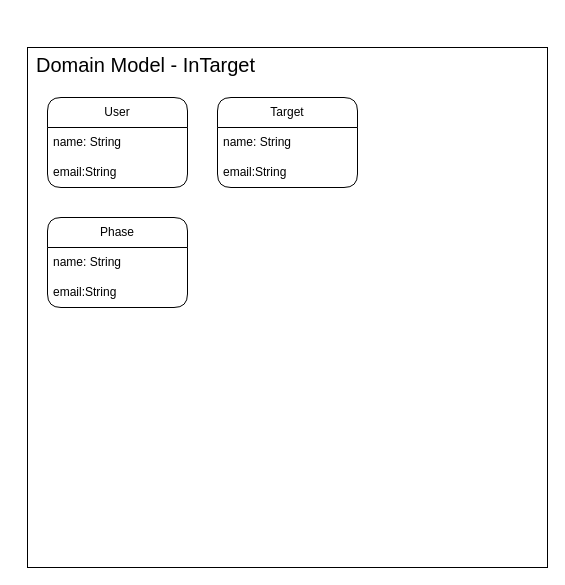
The draw.io diagram page "FlowChart & UseCase" (3 of 4) of docs/diagrams.drawio in Hosny-Mohammed/SalamHack2025-Motqan, before the edit. Source tidied: cells renumbered, new cells numbered last; positions are measured from the earlier drawing's top-left corner, leaving out a move shared by most shapes. Both pictures are drawn from the tidied source at 100%, with x=0, y=0 at pixel (27, 47).
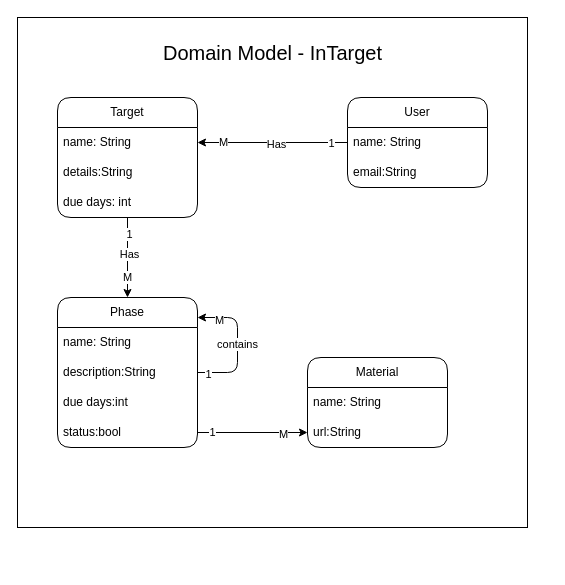
After the change.

Commit message (it also covers changes not shown here):
overview project context & domain model

Unchanged cells that the change refers to:
```xml
<mxCell id="8" value="name: String" style="text;strokeColor=none;fillColor=none;align=left;verticalAlign=middle;spacingLeft=4;spacingRight=4;overflow=hidden;points=[[0,0.5],[1,0.5]];portConstraint=eastwest;whiteSpace=wrap;html=1;rounded=1;" parent="7" vertex="1">
  <mxGeometry y="30" width="140" height="30" as="geometry" />
</mxCell>
```

Change to the diagram source:
```diff
@@
+    <mxCell id="13" style="group;" parent="1" vertex="1">
+      <mxGeometry x="-10" y="-30" width="510" height="510" as="geometry" />
+    </mxCell>
-    <mxCell id="2" style="whiteSpace=wrap;html=1;align=left;" parent="1" vertex="1">
-      <mxGeometry width="520" height="520" as="geometry" />
+    <mxCell id="2" style="whiteSpace=wrap;html=1;align=left;" parent="13" vertex="1">
+      <mxGeometry width="510" height="510" as="geometry" />
     </mxCell>
+    <mxCell id="6" value="Domain Model - InTarget" style="text;html=1;align=center;verticalAlign=middle;whiteSpace=wrap;rounded=0;fontSize=20;" parent="13" vertex="1">
+      <mxGeometry x="88.5" y="20" width="333" height="30" as="geometry" />
+    </mxCell>
+    <mxCell id="14" style="edgeStyle=none;html=1;entryX=1;entryY=0.5;entryDx=0;entryDy=0;" parent="1" edge="1" source="3" target="8">
+      <mxGeometry relative="1" as="geometry" />
+    </mxCell>
+    <mxCell id="15" value="M" style="edgeLabel;html=1;align=center;verticalAlign=middle;" parent="14" vertex="1">
+      <mxGeometry x="0.66" y="2" relative="1" as="geometry">
+        <mxPoint y="-3" as="offset" />
+      </mxGeometry>
+    </mxCell>
+    <mxCell id="16" value="1" style="edgeLabel;html=1;align=center;verticalAlign=middle;" parent="14" vertex="1">
+      <mxGeometry x="-0.77" relative="1" as="geometry" />
+    </mxCell>
+    <mxCell id="17" value="Has" style="edgeLabel;html=1;align=center;verticalAlign=middle;" parent="14" vertex="1">
+      <mxGeometry x="-0.04" y="1" relative="1" as="geometry" />
+    </mxCell>
     <mxCell id="3" value="User" style="swimlane;fontStyle=0;horizontal=1;startSize=30;whiteSpace=wrap;html=1;rounded=1;" parent="1" vertex="1">
-      <mxGeometry x="20" y="50" width="140" height="90" as="geometry" />
+      <mxGeometry x="320" y="50" width="140" height="90" as="geometry" />
     </mxCell>
@@
-    <mxCell id="6" value="Domain Model - InTarget" style="text;html=1;align=left;verticalAlign=middle;whiteSpace=wrap;rounded=0;fontSize=20;" parent="1" vertex="1">
-      <mxGeometry x="7" y="2" width="333" height="30" as="geometry" />
-    </mxCell>
+    <mxCell id="18" style="edgeStyle=none;html=1;" parent="1" edge="1" source="7" target="10">
+      <mxGeometry relative="1" as="geometry" />
+    </mxCell>
+    <mxCell id="19" value="1" style="edgeLabel;html=1;align=center;verticalAlign=middle;" parent="18" vertex="1">
+      <mxGeometry x="-0.61" y="1" relative="1" as="geometry" />
+    </mxCell>
+    <mxCell id="20" value="M" style="edgeLabel;html=1;align=center;verticalAlign=middle;" parent="18" vertex="1">
+      <mxGeometry x="0.48" y="-1" relative="1" as="geometry" />
+    </mxCell>
+    <mxCell id="21" value="Has" style="edgeLabel;html=1;align=center;verticalAlign=middle;" parent="18" vertex="1">
+      <mxGeometry x="-0.1" y="1" relative="1" as="geometry" />
+    </mxCell>
     <mxCell id="7" value="Target" style="swimlane;fontStyle=0;horizontal=1;startSize=30;whiteSpace=wrap;html=1;rounded=1;" parent="1" vertex="1">
-      <mxGeometry x="190" y="50" width="140" height="90" as="geometry" />
+      <mxGeometry x="30" y="50" width="140" height="120" as="geometry" />
     </mxCell>
@@
-    <mxCell id="9" value="email:String" style="text;strokeColor=none;fillColor=none;align=left;verticalAlign=middle;spacingLeft=4;spacingRight=4;overflow=hidden;whiteSpace=wrap;html=1;rounded=1;" parent="7" vertex="1">
+    <mxCell id="9" value="details:String" style="text;strokeColor=none;fillColor=none;align=left;verticalAlign=middle;spacingLeft=4;spacingRight=4;overflow=hidden;whiteSpace=wrap;html=1;rounded=1;" parent="7" vertex="1">
       <mxGeometry y="60" width="140" height="30" as="geometry" />
     </mxCell>
+    <mxCell id="22" value="due days: int" style="text;strokeColor=none;fillColor=none;align=left;verticalAlign=middle;spacingLeft=4;spacingRight=4;overflow=hidden;whiteSpace=wrap;html=1;rounded=1;" parent="7" vertex="1">
+      <mxGeometry y="90" width="140" height="30" as="geometry" />
+    </mxCell>
     <mxCell id="10" value="Phase" style="swimlane;fontStyle=0;horizontal=1;startSize=30;whiteSpace=wrap;html=1;rounded=1;" parent="1" vertex="1">
-      <mxGeometry x="20" y="170" width="140" height="90" as="geometry" />
+      <mxGeometry x="30" y="250" width="140" height="150" as="geometry" />
     </mxCell>
@@
+    <mxCell id="23" style="edgeStyle=orthogonalEdgeStyle;html=1;elbow=vertical;" parent="10" edge="1" source="12">
+      <mxGeometry relative="1" as="geometry">
+        <mxPoint x="140" y="20" as="targetPoint" />
+        <Array as="points">
+          <mxPoint x="180" y="75" />
+          <mxPoint x="180" y="20" />
+        </Array>
+      </mxGeometry>
+    </mxCell>
+    <mxCell id="24" value="1" style="edgeLabel;html=1;align=center;verticalAlign=middle;" parent="23" vertex="1">
+      <mxGeometry x="-0.85" y="-1" relative="1" as="geometry" />
+    </mxCell>
+    <mxCell id="25" value="M" style="edgeLabel;html=1;align=center;verticalAlign=middle;" parent="23" vertex="1">
+      <mxGeometry x="0.69" y="2" relative="1" as="geometry" />
+    </mxCell>
+    <mxCell id="26" value="contains" style="edgeLabel;html=1;align=center;verticalAlign=middle;" parent="23" vertex="1">
+      <mxGeometry x="0.02" y="1" relative="1" as="geometry" />
+    </mxCell>
-    <mxCell id="12" value="email:String" style="text;strokeColor=none;fillColor=none;align=left;verticalAlign=middle;spacingLeft=4;spacingRight=4;overflow=hidden;points=[[0,0.5],[1,0.5]];portConstraint=eastwest;whiteSpace=wrap;html=1;rounded=1;" parent="10" vertex="1">
+    <mxCell id="12" value="description:String" style="text;strokeColor=none;fillColor=none;align=left;verticalAlign=middle;spacingLeft=4;spacingRight=4;overflow=hidden;points=[[0,0.5],[1,0.5]];portConstraint=eastwest;whiteSpace=wrap;html=1;rounded=1;" parent="10" vertex="1">
       <mxGeometry y="60" width="140" height="30" as="geometry" />
     </mxCell>
+    <mxCell id="27" value="due days:int" style="text;strokeColor=none;fillColor=none;align=left;verticalAlign=middle;spacingLeft=4;spacingRight=4;overflow=hidden;whiteSpace=wrap;html=1;rounded=1;" parent="10" vertex="1">
+      <mxGeometry y="90" width="140" height="30" as="geometry" />
+    </mxCell>
+    <mxCell id="28" value="status:bool" style="text;strokeColor=none;fillColor=none;align=left;verticalAlign=middle;spacingLeft=4;spacingRight=4;overflow=hidden;points=[[0,0.5],[1,0.5]];portConstraint=eastwest;whiteSpace=wrap;html=1;rounded=1;" parent="10" vertex="1">
+      <mxGeometry y="120" width="140" height="30" as="geometry" />
+    </mxCell>
+    <mxCell id="29" value="Material" style="swimlane;fontStyle=0;horizontal=1;startSize=30;whiteSpace=wrap;html=1;rounded=1;" parent="1" vertex="1">
+      <mxGeometry x="280" y="310" width="140" height="90" as="geometry" />
+    </mxCell>
+    <mxCell id="30" value="name: String" style="text;strokeColor=none;fillColor=none;align=left;verticalAlign=middle;spacingLeft=4;spacingRight=4;overflow=hidden;whiteSpace=wrap;html=1;rounded=1;" parent="29" vertex="1">
+      <mxGeometry y="30" width="140" height="30" as="geometry" />
+    </mxCell>
+    <mxCell id="31" value="url:String" style="text;strokeColor=none;fillColor=none;align=left;verticalAlign=middle;spacingLeft=4;spacingRight=4;overflow=hidden;points=[[0,0.5],[1,0.5]];portConstraint=eastwest;whiteSpace=wrap;html=1;rounded=1;" parent="29" vertex="1">
+      <mxGeometry y="60" width="140" height="30" as="geometry" />
+    </mxCell>
+    <mxCell id="32" style="edgeStyle=none;html=1;entryX=0;entryY=0.5;entryDx=0;entryDy=0;" parent="1" edge="1" source="28" target="31">
+      <mxGeometry relative="1" as="geometry" />
+    </mxCell>
+    <mxCell id="33" value="1" style="edgeLabel;html=1;align=center;verticalAlign=middle;" parent="32" vertex="1">
+      <mxGeometry x="-0.74" y="1" relative="1" as="geometry" />
+    </mxCell>
+    <mxCell id="34" value="M" style="edgeLabel;html=1;align=center;verticalAlign=middle;" parent="32" vertex="1">
+      <mxGeometry x="0.55" y="-1" relative="1" as="geometry" />
+    </mxCell>
```
